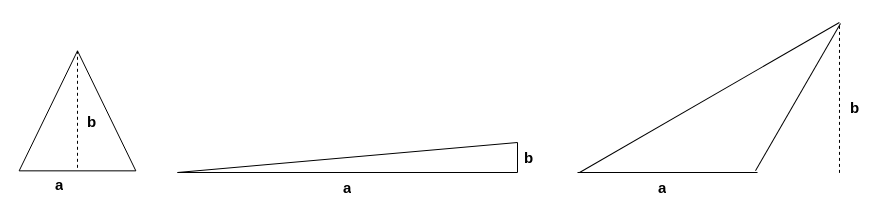
The draw.io diagram page "Pagina-4" (4 of 4) of dev/Calcolo Letterale/Alberi.drawio in felixblog/edu, before the edit. Source tidied: cells renumbered, new cells numbered last; positions are measured from the earlier drawing's top-left corner, leaving out a move shared by most shapes. Both pictures are drawn from the tidied source at 100%, with x=0, y=0 at pixel (17, 52).
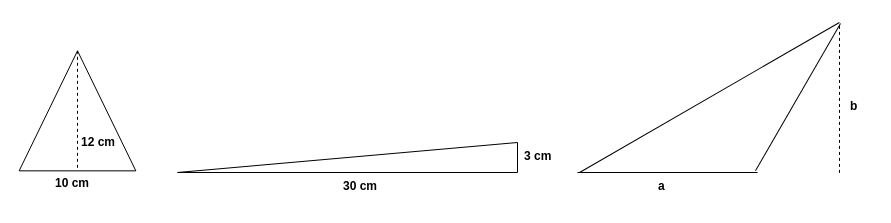
After the change.

Diff of the diagram source:
```diff
@@
 <mxGraphModel>
   <root>
     <mxCell id="0" />
     <mxCell id="1" parent="0" />
     <mxCell id="2" style="shape=manualInput;boundedLbl=1;whiteSpace=wrap;html=1;" parent="1" vertex="1">
       <mxGeometry x="160" y="90" width="340" height="30" as="geometry" />
     </mxCell>
-    <mxCell id="3" value="&lt;font style=&quot;font-size: 15px;&quot;&gt;&lt;b&gt;a&lt;/b&gt;&lt;/font&gt;" style="text;strokeColor=none;fillColor=none;align=left;verticalAlign=top;spacingLeft=4;spacingRight=4;overflow=hidden;whiteSpace=wrap;html=1;" parent="1" vertex="1">
-      <mxGeometry x="320" y="120" width="30" height="30" as="geometry" />
+    <mxCell id="3" value="&lt;font&gt;&lt;b&gt;30 cm&lt;/b&gt;&lt;/font&gt;" style="text;strokeColor=none;fillColor=none;align=left;verticalAlign=top;spacingLeft=4;spacingRight=4;overflow=hidden;whiteSpace=wrap;html=1;fontFamily=Helvetica;fontSize=12;fontColor=default;fontStyle=0;" parent="1" vertex="1">
+      <mxGeometry x="320" y="120" width="58" height="30" as="geometry" />
     </mxCell>
-    <mxCell id="4" value="&lt;font style=&quot;font-size: 15px;&quot;&gt;&lt;b&gt;b&lt;/b&gt;&lt;/font&gt;" style="text;strokeColor=none;fillColor=none;align=left;verticalAlign=top;spacingLeft=4;spacingRight=4;overflow=hidden;whiteSpace=wrap;html=1;" parent="1" vertex="1">
-      <mxGeometry x="501" y="90" width="30" height="30" as="geometry" />
+    <mxCell id="4" value="&lt;font&gt;&lt;b&gt;3 cm&lt;/b&gt;&lt;/font&gt;" style="text;strokeColor=none;fillColor=none;align=left;verticalAlign=top;spacingLeft=4;spacingRight=4;overflow=hidden;whiteSpace=wrap;html=1;fontSize=12;" parent="1" vertex="1">
+      <mxGeometry x="501" y="90" width="45" height="30" as="geometry" />
     </mxCell>
     <mxCell id="5" style="line;strokeWidth=1;html=1;" parent="1" vertex="1">
       <mxGeometry x="560" y="115" width="180" height="10" as="geometry" />
     </mxCell>
     <mxCell id="6" style="line;strokeWidth=1;html=1;rotation=-30;" parent="1" vertex="1">
       <mxGeometry x="542" y="40" width="300" height="10" as="geometry" />
     </mxCell>
     <mxCell id="7" style="line;strokeWidth=1;html=1;rotation=-60;" parent="1" vertex="1">
       <mxGeometry x="695.5" y="39.7" width="170" height="10" as="geometry" />
     </mxCell>
     <mxCell id="8" style="line;strokeWidth=1;html=1;rotation=-90;dashed=1;" parent="1" vertex="1">
       <mxGeometry x="747" y="40.4" width="150" height="10" as="geometry" />
     </mxCell>
-    <mxCell id="9" value="&lt;font style=&quot;font-size: 15px;&quot;&gt;&lt;b&gt;a&lt;/b&gt;&lt;/font&gt;" style="text;strokeColor=none;fillColor=none;align=left;verticalAlign=top;spacingLeft=4;spacingRight=4;overflow=hidden;whiteSpace=wrap;html=1;" parent="1" vertex="1">
+    <mxCell id="9" value="&lt;font&gt;&lt;b&gt;a&lt;/b&gt;&lt;/font&gt;" style="text;strokeColor=none;fillColor=none;align=left;verticalAlign=top;spacingLeft=4;spacingRight=4;overflow=hidden;whiteSpace=wrap;html=1;fontSize=12;" parent="1" vertex="1">
       <mxGeometry x="635" y="120.4" width="30" height="30" as="geometry" />
     </mxCell>
-    <mxCell id="10" value="&lt;font style=&quot;font-size: 15px;&quot;&gt;&lt;b&gt;b&lt;/b&gt;&lt;/font&gt;" style="text;strokeColor=none;fillColor=none;align=left;verticalAlign=top;spacingLeft=4;spacingRight=4;overflow=hidden;whiteSpace=wrap;html=1;" parent="1" vertex="1">
+    <mxCell id="10" value="&lt;font&gt;&lt;b&gt;b&lt;/b&gt;&lt;/font&gt;" style="text;strokeColor=none;fillColor=none;align=left;verticalAlign=top;spacingLeft=4;spacingRight=4;overflow=hidden;whiteSpace=wrap;html=1;fontSize=12;" parent="1" vertex="1">
       <mxGeometry x="827" y="40" width="30" height="30" as="geometry" />
     </mxCell>
-    <mxCell id="11" style="group;" parent="1" vertex="1">
+    <mxCell id="11" style="group;fontSize=10;" parent="1" vertex="1">
       <mxGeometry width="120" height="140" as="geometry" />
     </mxCell>
     <mxCell id="12" style="triangle;whiteSpace=wrap;html=1;shapeInside=1;rotation=-90;" parent="11" vertex="1">
       <mxGeometry width="120" height="116.7" as="geometry" />
     </mxCell>
-    <mxCell id="13" value="&lt;font style=&quot;font-size: 15px;&quot;&gt;&lt;b&gt;a&lt;/b&gt;&lt;/font&gt;" style="text;strokeColor=none;fillColor=none;align=left;verticalAlign=top;spacingLeft=4;spacingRight=4;overflow=hidden;whiteSpace=wrap;html=1;" parent="11" vertex="1">
-      <mxGeometry x="32" y="116.7" width="24" height="23.3" as="geometry" />
+    <mxCell id="13" value="&lt;font style=&quot;font-size: 12px;&quot;&gt;&lt;b style=&quot;&quot;&gt;10 cm&lt;/b&gt;&lt;/font&gt;" style="text;strokeColor=none;fillColor=none;align=left;verticalAlign=top;spacingLeft=4;spacingRight=4;overflow=hidden;whiteSpace=wrap;html=1;fontFamily=Helvetica;fontSize=10;fontColor=default;fontStyle=0;" parent="11" vertex="1">
+      <mxGeometry x="32" y="116.7" width="53" height="23.3" as="geometry" />
     </mxCell>
-    <mxCell id="14" value="&lt;font style=&quot;font-size: 15px;&quot;&gt;&lt;b&gt;b&lt;/b&gt;&lt;/font&gt;" style="text;strokeColor=none;fillColor=none;align=left;verticalAlign=top;spacingLeft=4;spacingRight=4;overflow=hidden;whiteSpace=wrap;html=1;" parent="11" vertex="1">
-      <mxGeometry x="64" y="54.4" width="24" height="23.3" as="geometry" />
+    <mxCell id="14" value="&lt;font style=&quot;font-size: 12px;&quot;&gt;&lt;b style=&quot;&quot;&gt;12 cm&lt;/b&gt;&lt;/font&gt;" style="text;strokeColor=none;fillColor=none;align=left;verticalAlign=top;spacingLeft=4;spacingRight=4;overflow=hidden;whiteSpace=wrap;html=1;fontSize=10;" parent="11" vertex="1">
+      <mxGeometry x="57.9" y="76" width="53" height="23.3" as="geometry" />
     </mxCell>
     <mxCell id="15" style="line;strokeWidth=1;html=1;rotation=90;dashed=1;" parent="11" vertex="1">
       <mxGeometry y="54.4" width="120" height="7.8" as="geometry" />
     </mxCell>
   </root>
 </mxGraphModel>
```
